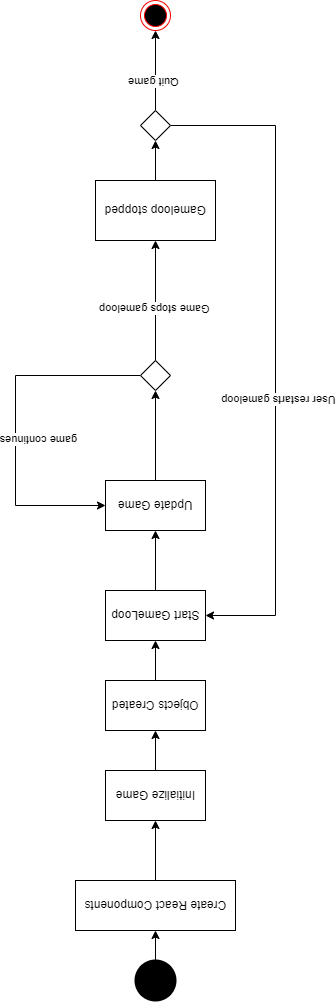
The draw.io diagram flappyengine/Diagrams/ActivityState/Activity.png in jogvanrs/flappybird2.0, before a commit. Source tidied: cells renumbered, new cells last; positions are measured from the earlier drawing's top-left corner, leaving out a move shared by most shapes.
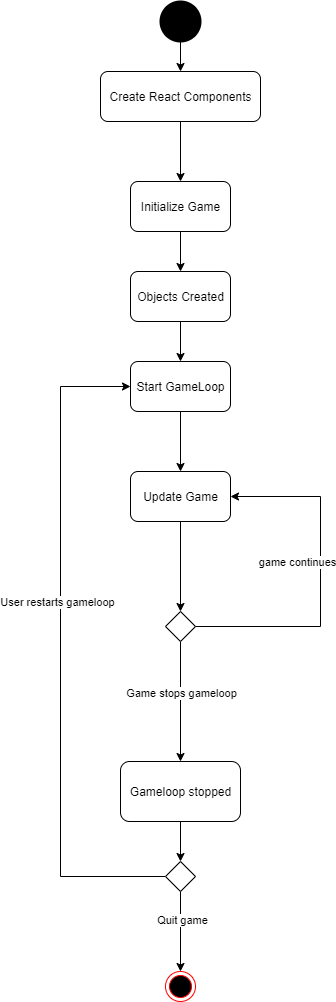
The same diagram one commit later.

Commit message:
Activity diamgram rætting

Diff of the diagram source:
```diff
@@ -11,25 +11,25 @@
     <mxCell id="4" style="edgeStyle=orthogonalEdgeStyle;rounded=0;jettySize=auto;html=1;" parent="1" edge="1" source="5" target="7">
       <mxGeometry relative="1" as="geometry" />
     </mxCell>
-    <mxCell id="5" value="Create React Components" style="html=1;dashed=0;whitespace=wrap;" parent="1" vertex="1">
+    <mxCell id="5" value="Create React Components" style="html=1;dashed=0;whitespace=wrap;rounded=1;" parent="1" vertex="1">
       <mxGeometry x="40" y="70" width="160" height="50" as="geometry" />
     </mxCell>
     <mxCell id="6" style="edgeStyle=orthogonalEdgeStyle;rounded=0;jettySize=auto;html=1;" parent="1" edge="1" source="7" target="9">
       <mxGeometry relative="1" as="geometry" />
     </mxCell>
-    <mxCell id="7" value="Initialize Game" style="html=1;dashed=0;whitespace=wrap;" parent="1" vertex="1">
+    <mxCell id="7" value="Initialize Game" style="html=1;dashed=0;whitespace=wrap;rounded=1;" parent="1" vertex="1">
       <mxGeometry x="70" y="180" width="100" height="50" as="geometry" />
     </mxCell>
     <mxCell id="8" style="edgeStyle=orthogonalEdgeStyle;rounded=0;jettySize=auto;html=1;" parent="1" edge="1" source="9" target="11">
       <mxGeometry relative="1" as="geometry" />
     </mxCell>
-    <mxCell id="9" value="Objects Created" style="html=1;dashed=0;whitespace=wrap;" parent="1" vertex="1">
+    <mxCell id="9" value="Objects Created" style="html=1;dashed=0;whitespace=wrap;rounded=1;" parent="1" vertex="1">
       <mxGeometry x="70" y="270" width="100" height="50" as="geometry" />
     </mxCell>
     <mxCell id="10" style="edgeStyle=orthogonalEdgeStyle;rounded=0;jettySize=auto;html=1;" parent="1" edge="1" source="11" target="26">
       <mxGeometry relative="1" as="geometry" />
     </mxCell>
-    <mxCell id="11" value="Start GameLoop" style="html=1;dashed=0;whitespace=wrap;" parent="1" vertex="1">
+    <mxCell id="11" value="Start GameLoop" style="html=1;dashed=0;whitespace=wrap;rounded=1;" parent="1" vertex="1">
       <mxGeometry x="70" y="360" width="100" height="50" as="geometry" />
     </mxCell>
     <mxCell id="12" style="edgeStyle=orthogonalEdgeStyle;rounded=0;jettySize=auto;html=1;entryX=0.5;entryY=0;entryDx=0;entryDy=0;" parent="1" edge="1" source="16" target="18">
@@ -59,7 +59,7 @@
     <mxCell id="17" style="edgeStyle=orthogonalEdgeStyle;rounded=0;jettySize=auto;html=1;" parent="1" edge="1" source="18" target="23">
       <mxGeometry relative="1" as="geometry" />
     </mxCell>
-    <mxCell id="18" value="Gameloop stopped" style="html=1;dashed=0;whitespace=wrap;" parent="1" vertex="1">
+    <mxCell id="18" value="Gameloop stopped" style="html=1;dashed=0;whitespace=wrap;rounded=1;" parent="1" vertex="1">
       <mxGeometry x="60" y="760" width="120" height="60" as="geometry" />
     </mxCell>
     <mxCell id="19" style="edgeStyle=orthogonalEdgeStyle;rounded=0;jettySize=auto;html=1;entryX=0.5;entryY=0;entryDx=0;entryDy=0;" parent="1" edge="1" source="23" target="24">
@@ -90,7 +90,7 @@
     <mxCell id="25" style="edgeStyle=orthogonalEdgeStyle;rounded=0;jettySize=auto;html=1;" parent="1" edge="1" source="26" target="16">
       <mxGeometry relative="1" as="geometry" />
     </mxCell>
-    <mxCell id="26" value="Update Game" style="html=1;dashed=0;whitespace=wrap;" parent="1" vertex="1">
+    <mxCell id="26" value="Update Game" style="html=1;dashed=0;whitespace=wrap;rounded=1;" parent="1" vertex="1">
       <mxGeometry x="70" y="470" width="100" height="50" as="geometry" />
     </mxCell>
   </root>
```
